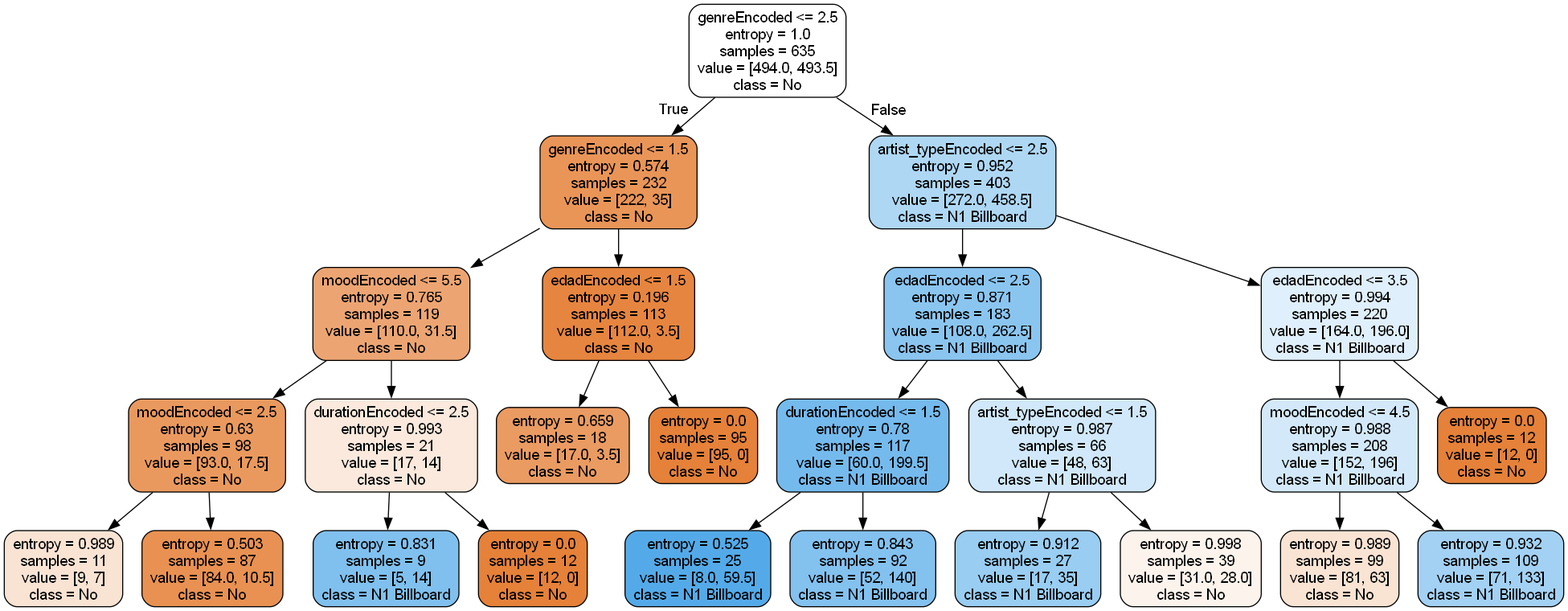
Earlier version of the Graphviz export Actividades/Actividad 12/tree1.dot.png (aldoht/IA-EJ2025). Its source is kept beside it as Actividades/Actividad 12/tree1.dot.
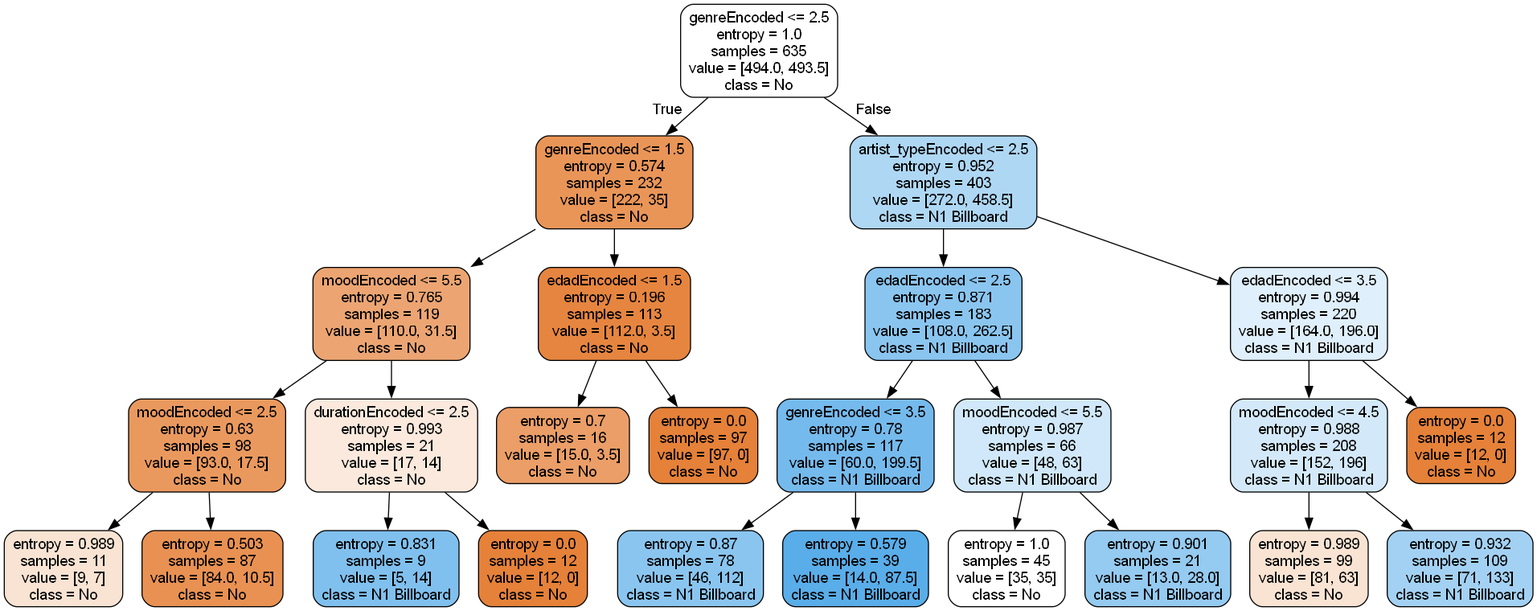
Later version of the same file.

What changed in the source:
```diff
@@ -20,25 +20,25 @@
 6 -> 8 ;
 9 [label="edadEncoded <= 1.5\nentropy = 0.196\nsamples = 113\nvalue = [112.0, 3.5]\nclass = No", fillcolor="#e6853f"] ;
 1 -> 9 ;
-10 [label="entropy = 0.722\nsamples = 15\nvalue = [14.0, 3.5]\nclass = No", fillcolor="#eca06a"] ;
+10 [label="entropy = 0.7\nsamples = 16\nvalue = [15.0, 3.5]\nclass = No", fillcolor="#eb9e67"] ;
 9 -> 10 ;
-11 [label="entropy = 0.0\nsamples = 98\nvalue = [98, 0]\nclass = No", fillcolor="#e58139"] ;
+11 [label="entropy = 0.0\nsamples = 97\nvalue = [97, 0]\nclass = No", fillcolor="#e58139"] ;
 9 -> 11 ;
 12 [label="artist_typeEncoded <= 2.5\nentropy = 0.952\nsamples = 403\nvalue = [272.0, 458.5]\nclass = N1 Billboard", fillcolor="#aed7f4"] ;
 0 -> 12 [labeldistance=2.5, labelangle=-45, headlabel="False"] ;
 13 [label="edadEncoded <= 2.5\nentropy = 0.871\nsamples = 183\nvalue = [108.0, 262.5]\nclass = N1 Billboard", fillcolor="#8ac5f0"] ;
 12 -> 13 ;
-14 [label="genreEncoded <= 3.5\nentropy = 0.77\nsamples = 115\nvalue = [58.0, 199.5]\nclass = N1 Billboard", fillcolor="#73b9ed"] ;
+14 [label="genreEncoded <= 3.5\nentropy = 0.78\nsamples = 117\nvalue = [60.0, 199.5]\nclass = N1 Billboard", fillcolor="#75baed"] ;
 13 -> 14 ;
-15 [label="entropy = 0.858\nsamples = 76\nvalue = [44, 112]\nclass = N1 Billboard", fillcolor="#87c4ef"] ;
+15 [label="entropy = 0.87\nsamples = 78\nvalue = [46, 112]\nclass = N1 Billboard", fillcolor="#8ac5f0"] ;
 14 -> 15 ;
 16 [label="entropy = 0.579\nsamples = 39\nvalue = [14.0, 87.5]\nclass = N1 Billboard", fillcolor="#59ade9"] ;
 14 -> 16 ;
-17 [label="moodEncoded <= 5.5\nentropy = 0.99\nsamples = 68\nvalue = [50, 63]\nclass = N1 Billboard", fillcolor="#d6ebfa"] ;
+17 [label="moodEncoded <= 5.5\nentropy = 0.987\nsamples = 66\nvalue = [48, 63]\nclass = N1 Billboard", fillcolor="#d0e8f9"] ;
 13 -> 17 ;
-18 [label="entropy = 1.0\nsamples = 46\nvalue = [36, 35]\nclass = No", fillcolor="#fefcfa"] ;
+18 [label="entropy = 1.0\nsamples = 45\nvalue = [35, 35]\nclass = No", fillcolor="#ffffff"] ;
 17 -> 18 ;
-19 [label="entropy = 0.918\nsamples = 22\nvalue = [14, 28]\nclass = N1 Billboard", fillcolor="#9ccef2"] ;
+19 [label="entropy = 0.901\nsamples = 21\nvalue = [13.0, 28.0]\nclass = N1 Billboard", fillcolor="#95caf1"] ;
 17 -> 19 ;
 20 [label="edadEncoded <= 3.5\nentropy = 0.994\nsamples = 220\nvalue = [164.0, 196.0]\nclass = N1 Billboard", fillcolor="#dfeffb"] ;
 12 -> 20 ;
```
